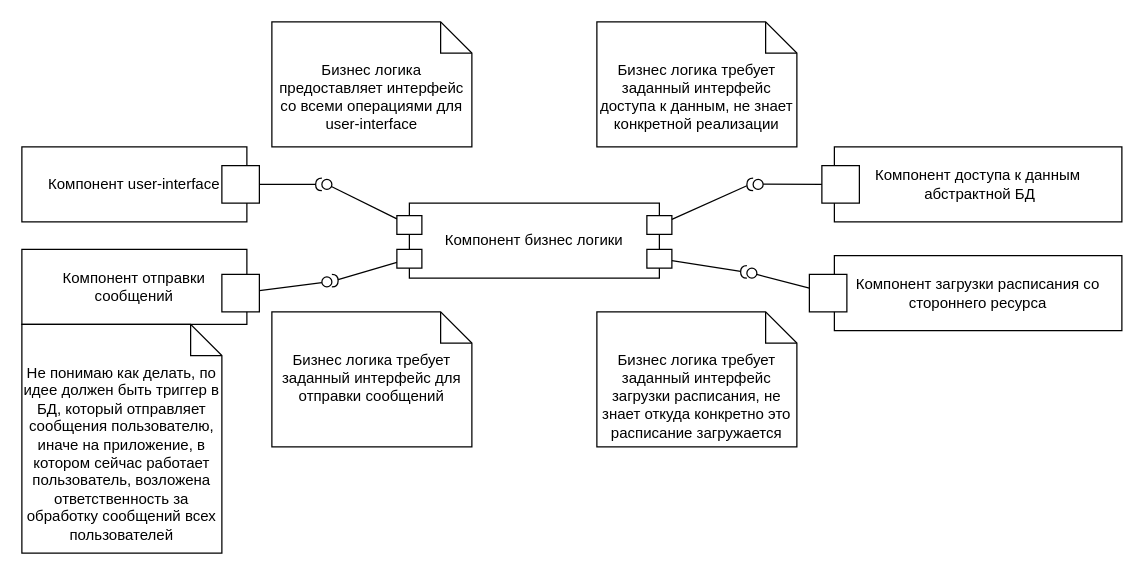
This is docs/Components.drawio from iuschnic/PPO_BD_CW, a draw.io file, before an edit. Source tidied: cells renumbered, new cells numbered last; positions are measured from the earlier drawing's top-left corner, leaving out a move shared by most shapes. Both pictures are drawn from the tidied source at 125%, with x=0, y=0 at pixel (21, 21).
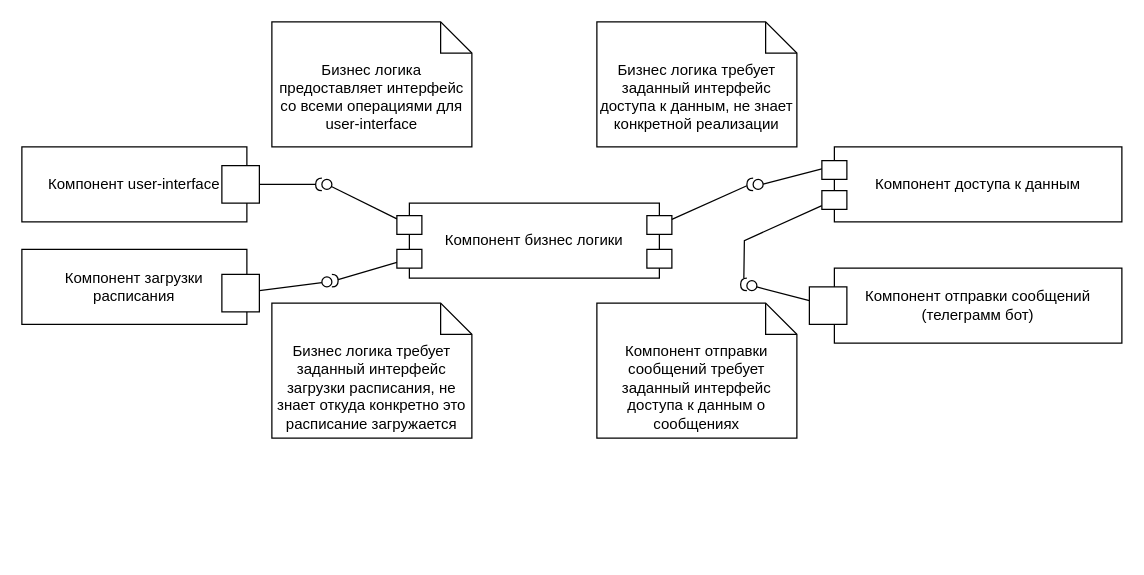
Above is the later version.

Unchanged cells that the change refers to:
```xml
<mxCell id="23" style="html=1;rounded=0;" parent="1" vertex="1">
  <mxGeometry x="500" y="182" width="20" height="15" as="geometry" />
</mxCell>
```

What changed in the source:
```diff
@@
-    <mxCell id="14" value="Компонент доступа к данным&lt;div&gt;&amp;nbsp;абстрактной БД&lt;/div&gt;" style="html=1;align=center;verticalAlign=middle;dashed=0;whiteSpace=wrap;" parent="1" vertex="1">
+    <mxCell id="14" value="Компонент доступа к данным" style="html=1;align=center;verticalAlign=middle;dashed=0;whiteSpace=wrap;" parent="1" vertex="1">
       <mxGeometry x="650" y="100" width="230" height="60" as="geometry" />
     </mxCell>
-    <mxCell id="15" style="html=1;rounded=0;" parent="1" vertex="1">
-      <mxGeometry x="640" y="115" width="30" height="30" as="geometry" />
-    </mxCell>
-    <mxCell id="16" style="endArrow=none;html=1;rounded=0;align=center;verticalAlign=top;endFill=0;labelBackgroundColor=none;endSize=2;" parent="1" edge="1" source="15">
+    <mxCell id="16" style="endArrow=none;html=1;rounded=0;align=center;verticalAlign=top;endFill=0;labelBackgroundColor=none;endSize=2;" parent="1" edge="1">
       <mxGeometry relative="1" as="geometry">
+        <mxPoint x="650" y="115" as="sourcePoint" />
         <mxPoint x="593" y="129.8" as="targetPoint" />
       </mxGeometry>
     </mxCell>
@@
-    <mxCell id="19" value="Компонент загрузки расписания со стороннего ресурса" style="html=1;align=center;verticalAlign=middle;dashed=0;whiteSpace=wrap;" parent="1" vertex="1">
-      <mxGeometry x="650" y="187" width="230" height="60" as="geometry" />
+    <mxCell id="19" value="Компонент отправки сообщений (телеграмм бот)" style="html=1;align=center;verticalAlign=middle;dashed=0;whiteSpace=wrap;" parent="1" vertex="1">
+      <mxGeometry x="650" y="197" width="230" height="60" as="geometry" />
     </mxCell>
     <mxCell id="20" style="html=1;rounded=0;" parent="1" vertex="1">
-      <mxGeometry x="630" y="202" width="30" height="30" as="geometry" />
+      <mxGeometry x="630" y="212" width="30" height="30" as="geometry" />
     </mxCell>
@@
     <mxCell id="22" style="ellipse;html=1;fontSize=11;align=center;fillColor=none;points=[];verticalAlign=bottom;labelPosition=center;verticalLabelPosition=top;flipH=1;" parent="1" vertex="1">
-      <mxGeometry x="580" y="197" width="8" height="8" as="geometry" />
+      <mxGeometry x="580" y="207" width="8" height="8" as="geometry" />
     </mxCell>
@@
-    <mxCell id="24" style="endArrow=none;html=1;rounded=0;align=center;verticalAlign=top;endFill=0;labelBackgroundColor=none;endSize=2;" parent="1" edge="1" source="23" target="25">
-      <mxGeometry relative="1" as="geometry" />
+    <mxCell id="24" style="endArrow=none;html=1;rounded=0;align=center;verticalAlign=top;endFill=0;labelBackgroundColor=none;endSize=2;" parent="1" edge="1" source="37" target="25">
+      <mxGeometry relative="1" as="geometry">
+        <Array as="points">
+          <mxPoint x="578" y="175" />
+        </Array>
+      </mxGeometry>
     </mxCell>
     <mxCell id="25" style="shape=requiredInterface;html=1;fontSize=11;align=center;fillColor=none;points=[];verticalAlign=bottom;labelPosition=center;verticalLabelPosition=top;flipH=1;" parent="1" vertex="1">
-      <mxGeometry x="575" y="195" width="5" height="10" as="geometry" />
+      <mxGeometry x="575" y="205" width="5" height="10" as="geometry" />
     </mxCell>
     <mxCell id="26" value="Бизнес логика требует заданный интерфейс загрузки расписания, не знает откуда конкретно это расписание загружается" style="shape=note2;boundedLbl=1;whiteSpace=wrap;html=1;size=25;verticalAlign=top;align=center;" parent="1" vertex="1">
-      <mxGeometry x="460" y="232" width="160" height="108" as="geometry" />
+      <mxGeometry x="200" y="225" width="160" height="108" as="geometry" />
     </mxCell>
-    <mxCell id="27" value="Компонент отправки сообщений" style="html=1;align=center;verticalAlign=middle;dashed=0;whiteSpace=wrap;" parent="1" vertex="1">
+    <mxCell id="27" value="Компонент загрузки расписания" style="html=1;align=center;verticalAlign=middle;dashed=0;whiteSpace=wrap;" parent="1" vertex="1">
       <mxGeometry y="182" width="180" height="60" as="geometry" />
     </mxCell>
@@
-    <mxCell id="34" value="Бизнес логика требует заданный интерфейс для отправки сообщений" style="shape=note2;boundedLbl=1;whiteSpace=wrap;html=1;size=25;verticalAlign=top;align=center;" parent="1" vertex="1">
-      <mxGeometry x="200" y="232" width="160" height="108" as="geometry" />
-    </mxCell>
-    <mxCell id="35" value="Не понимаю как делать, по идее должен быть триггер в БД, который отправляет сообщения пользователю, иначе на приложение, в котором сейчас работает пользователь, возложена ответственность за обработку сообщений всех пользователей" style="shape=note2;boundedLbl=1;whiteSpace=wrap;html=1;size=25;verticalAlign=top;align=center;" parent="1" vertex="1">
-      <mxGeometry y="242" width="160" height="183" as="geometry" />
-    </mxCell>
+    <mxCell id="36" style="html=1;rounded=0;" parent="1" vertex="1">
+      <mxGeometry x="640" y="111" width="20" height="15" as="geometry" />
+    </mxCell>
+    <mxCell id="37" style="html=1;rounded=0;" parent="1" vertex="1">
+      <mxGeometry x="640" y="135" width="20" height="15" as="geometry" />
+    </mxCell>
+    <mxCell id="38" value="Компонент отправки сообщений требует заданный интерфейс доступа к данным о сообщениях" style="shape=note2;boundedLbl=1;whiteSpace=wrap;html=1;size=25;verticalAlign=top;align=center;" parent="1" vertex="1">
+      <mxGeometry x="460" y="225" width="160" height="108" as="geometry" />
+    </mxCell>
```
